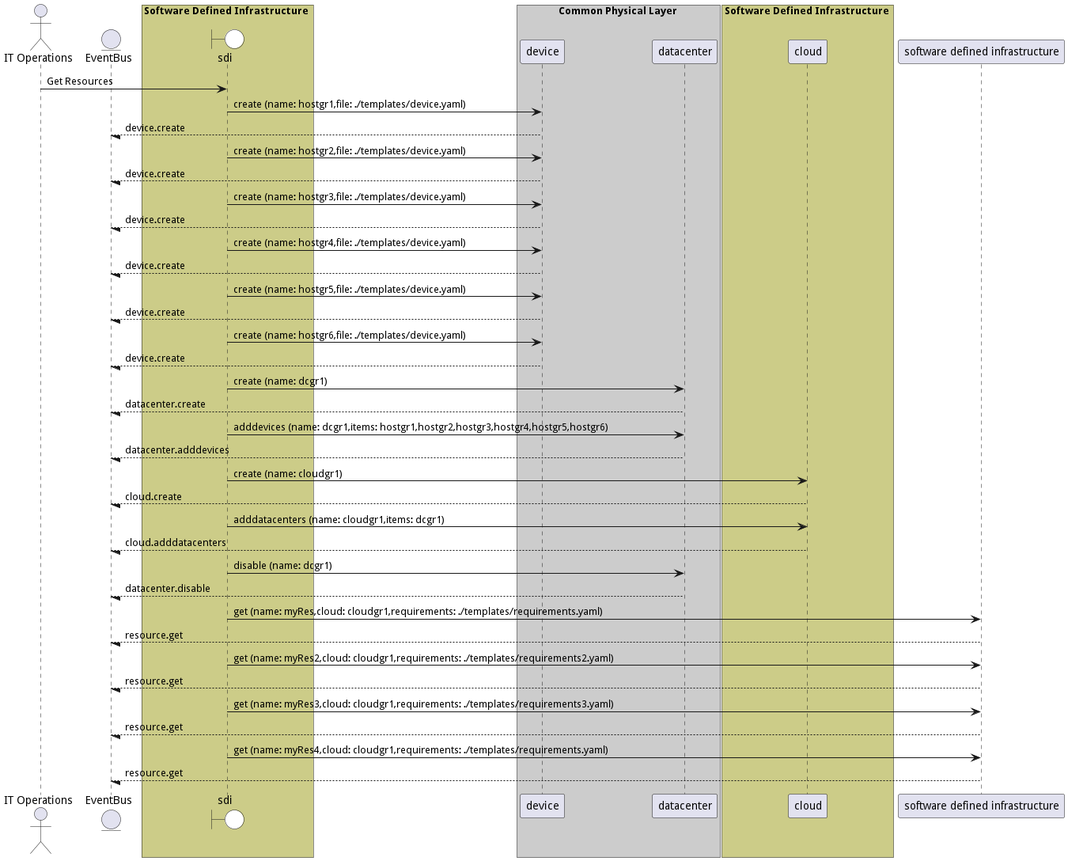
Earlier version of the PlantUML export docs/edgemere/sdi/usecases/ManageResources/GetResources.png (madajaju/edgemere).
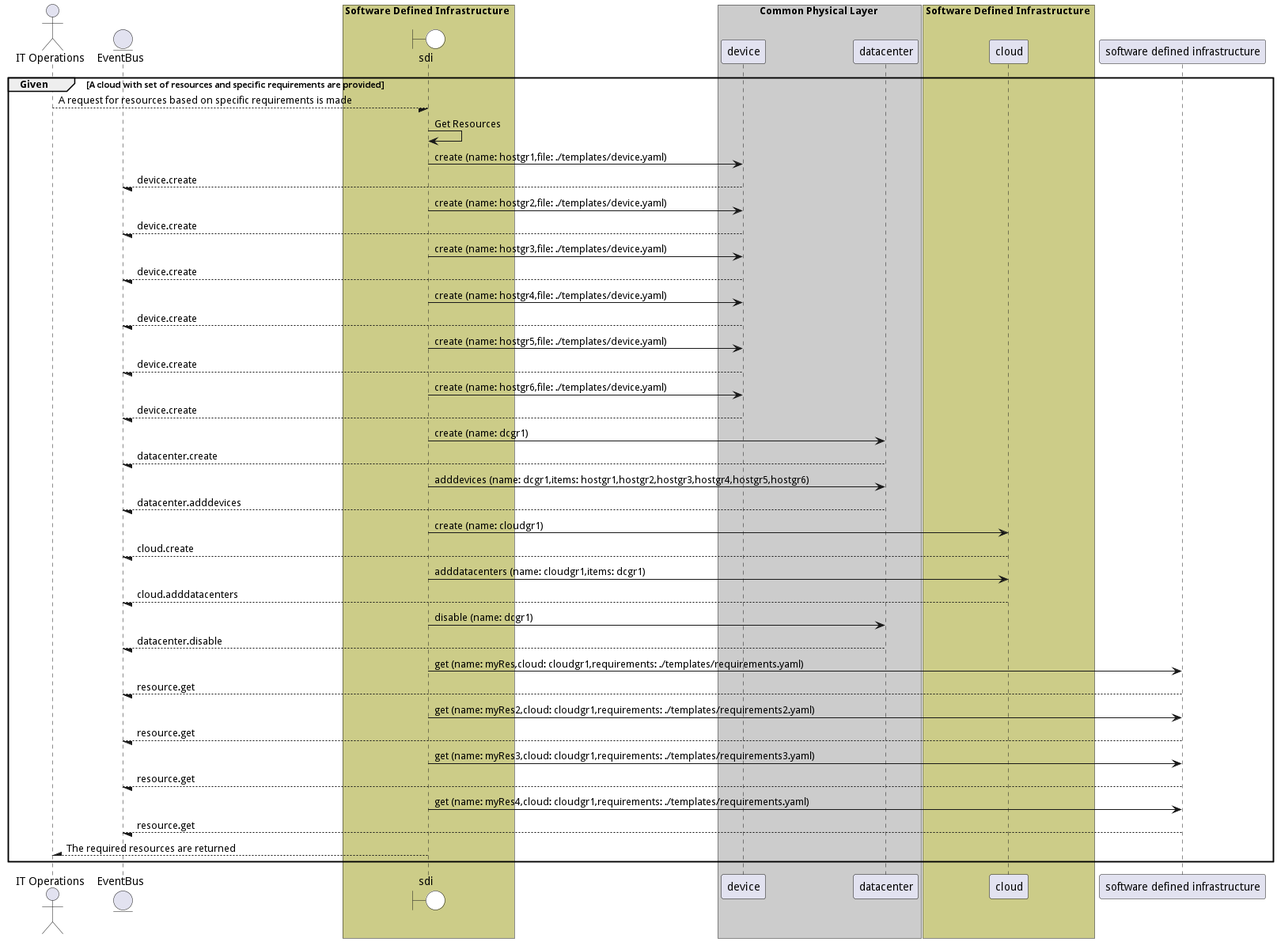
The same diagram one commit later.

What changed in the source:
```diff
@@ -1,4 +1,5 @@
 @startuml
+
 
 actor "IT Operations"
 
@@ -19,8 +20,10 @@
             participant cloud
     end box
 
+group Given [A cloud with set of resources and specific requirements are provided]
 
-"IT Operations" -> sdi: Get Resources
+"IT Operations" --/ sdi: A request for resources based on specific requirements is made
+"sdi" -> sdi: Get Resources
 
     sdi -> "device": create (name: hostgr1,file: ./templates/device.yaml)
 
@@ -84,4 +87,9 @@
 
 
 
+"IT Operations" /-- sdi: The required resources are returned
+
+
+end
+
 @enduml
```
